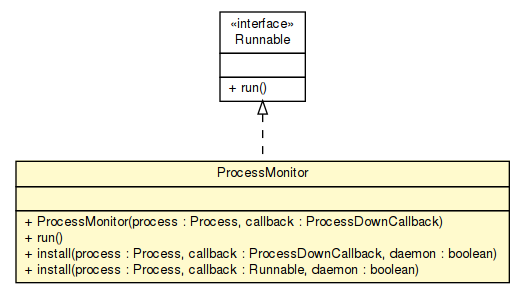
Above: apidocs/sorcer/util/ProcessMonitor.png in sorcersoft/sorcersoft.github.io (Graphviz), before the change. Its source is kept beside it as apidocs/sorcer/util/ProcessMonitor.dot. Source of this version:
```dot

digraph G {
	edge [fontname="Helvetica",fontsize=10,labelfontname="Helvetica",labelfontsize=10];
	node [fontname="Helvetica",fontsize=10,shape=plaintext];
	nodesep=0.25;
	ranksep=0.5;
	c346795 [label=<<table title="sorcer.util.ProcessMonitor" border="0" cellborder="1" cellspacing="0" cellpadding="2" port="p" bgcolor="lemonChiffon" href="./ProcessMonitor.html">
		<tr><td><table border="0" cellspacing="0" cellpadding="1">
<tr><td align="center" balign="center"> ProcessMonitor </td></tr>
		</table></td></tr>
		<tr><td><table border="0" cellspacing="0" cellpadding="1">
<tr><td align="left" balign="left">  </td></tr>
		</table></td></tr>
		<tr><td><table border="0" cellspacing="0" cellpadding="1">
<tr><td align="left" balign="left"> + ProcessMonitor(process : Process, callback : ProcessDownCallback) </td></tr>
<tr><td align="left" balign="left"> + run() </td></tr>
<tr><td align="left" balign="left"> + install(process : Process, callback : ProcessDownCallback, daemon : boolean) </td></tr>
<tr><td align="left" balign="left"> + install(process : Process, callback : Runnable, daemon : boolean) </td></tr>
		</table></td></tr>
		</table>>, URL="./ProcessMonitor.html", fontname="Helvetica", fontcolor="black", fontsize=10.0];
	c347445:p -> c346795:p [dir=back,arrowtail=empty,style=dashed];
	c347445 [label=<<table title="java.lang.Runnable" border="0" cellborder="1" cellspacing="0" cellpadding="2" port="p" href="http://docs.oracle.com/javase/7/docs/api/java/lang/Runnable.html">
		<tr><td><table border="0" cellspacing="0" cellpadding="1">
<tr><td align="center" balign="center"> &#171;interface&#187; </td></tr>
<tr><td align="center" balign="center"> Runnable </td></tr>
		</table></td></tr>
		<tr><td><table border="0" cellspacing="0" cellpadding="1">
<tr><td align="left" balign="left">  </td></tr>
		</table></td></tr>
		<tr><td><table border="0" cellspacing="0" cellpadding="1">
<tr><td align="left" balign="left"> + run() </td></tr>
		</table></td></tr>
		</table>>, URL="http://docs.oracle.com/javase/7/docs/api/java/lang/Runnable.html", fontname="Helvetica", fontcolor="black", fontsize=10.0];
}
```
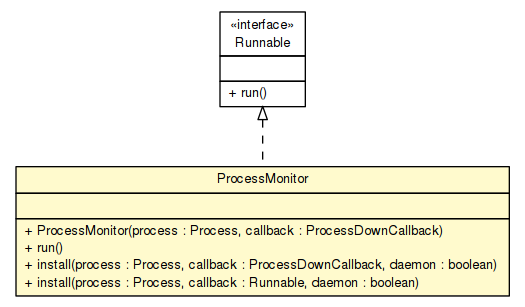
After the change.

What changed in the source:
```diff
@@ -4,7 +4,7 @@
 	node [fontname="Helvetica",fontsize=10,shape=plaintext];
 	nodesep=0.25;
 	ranksep=0.5;
-	c346795 [label=<<table title="sorcer.util.ProcessMonitor" border="0" cellborder="1" cellspacing="0" cellpadding="2" port="p" bgcolor="lemonChiffon" href="./ProcessMonitor.html">
+	c392604 [label=<<table title="sorcer.util.ProcessMonitor" border="0" cellborder="1" cellspacing="0" cellpadding="2" port="p" bgcolor="lemonChiffon" href="./ProcessMonitor.html">
 		<tr><td><table border="0" cellspacing="0" cellpadding="1">
 <tr><td align="center" balign="center"> ProcessMonitor </td></tr>
 		</table></td></tr>
@@ -18,8 +18,8 @@
 <tr><td align="left" balign="left"> + install(process : Process, callback : Runnable, daemon : boolean) </td></tr>
 		</table></td></tr>
 		</table>>, URL="./ProcessMonitor.html", fontname="Helvetica", fontcolor="black", fontsize=10.0];
-	c347445:p -> c346795:p [dir=back,arrowtail=empty,style=dashed];
-	c347445 [label=<<table title="java.lang.Runnable" border="0" cellborder="1" cellspacing="0" cellpadding="2" port="p" href="http://docs.oracle.com/javase/7/docs/api/java/lang/Runnable.html">
+	c393267:p -> c392604:p [dir=back,arrowtail=empty,style=dashed];
+	c393267 [label=<<table title="java.lang.Runnable" border="0" cellborder="1" cellspacing="0" cellpadding="2" port="p" href="http://docs.oracle.com/javase/7/docs/api/java/lang/Runnable.html">
 		<tr><td><table border="0" cellspacing="0" cellpadding="1">
 <tr><td align="center" balign="center"> &#171;interface&#187; </td></tr>
 <tr><td align="center" balign="center"> Runnable </td></tr>
```
